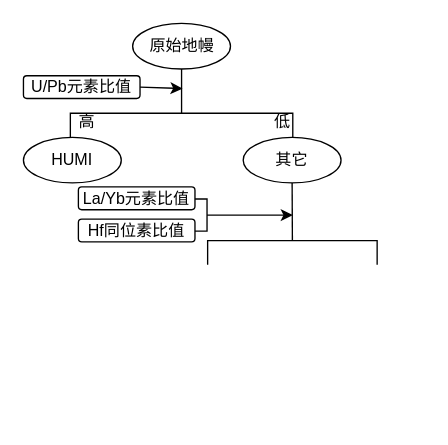
Above: OIB_IO.drawio in WeiSen0011/digit_recognition (draw.io), before the change. Source tidied: cells renumbered, new cells numbered last; positions are measured from the earlier drawing's top-left corner, leaving out a move shared by most shapes. Both pictures are drawn from the tidied source at 134%, with x=0, y=0 at pixel (23, 13).
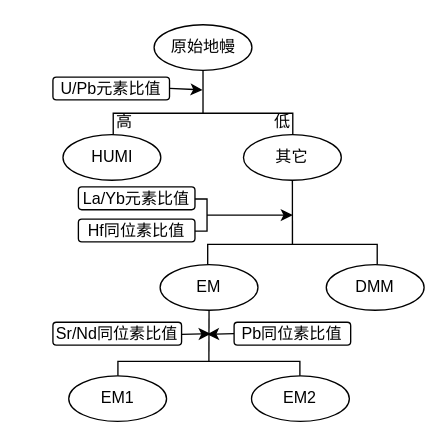
The same page after the edit.

Change to the diagram source:
```diff
@@
     <mxCell id="2" value="U/Pb元素比值" style="rounded=1;whiteSpace=wrap;html=1;" parent="1" vertex="1">
-      <mxGeometry y="46" width="87" height="17" as="geometry" />
+      <mxGeometry x="22" y="47" width="87" height="17" as="geometry" />
     </mxCell>
     <mxCell id="3" value="原始地幔" style="ellipse;whiteSpace=wrap;html=1;" parent="1" vertex="1">
-      <mxGeometry x="81.5" y="7" width="73" height="34" as="geometry" />
+      <mxGeometry x="97.5" y="8" width="73" height="34" as="geometry" />
     </mxCell>
     <mxCell id="4" style="endArrow=classic;html=1;rounded=0;exitX=1;exitY=0.5;exitDx=0;exitDy=0;entryX=0.157;entryY=0.508;entryDx=0;entryDy=0;entryPerimeter=0;" parent="1" edge="1" source="2">
       <mxGeometry relative="1" as="geometry">
-        <mxPoint x="118.7" y="55.6" as="targetPoint" />
+        <mxPoint x="133.7" y="56.6" as="targetPoint" />
       </mxGeometry>
     </mxCell>
     <mxCell id="5" value="HUMI" style="ellipse;whiteSpace=wrap;html=1;" parent="1" vertex="1">
-      <mxGeometry y="92" width="73" height="34" as="geometry" />
+      <mxGeometry x="29.5" y="90" width="73" height="34" as="geometry" />
     </mxCell>
     <mxCell id="6" value="其它" style="ellipse;whiteSpace=wrap;html=1;" parent="1" vertex="1">
-      <mxGeometry x="164" y="92" width="73" height="34" as="geometry" />
+      <mxGeometry x="164.2" y="90" width="73" height="34" as="geometry" />
     </mxCell>
@@
     <mxCell id="9" value="高" style="text;html=1;align=center;verticalAlign=middle;strokeColor=none;fillColor=none;" parent="1" vertex="1">
-      <mxGeometry x="32" y="68" width="30" height="26" as="geometry" />
+      <mxGeometry x="60" y="68" width="30" height="26" as="geometry" />
     </mxCell>
@@
     <mxCell id="11" value="&#10;&lt;span style=&quot;color: rgba(0, 0, 0, 0); font-family: monospace; font-size: 0px; font-style: normal; font-variant-ligatures: normal; font-variant-caps: normal; font-weight: 400; letter-spacing: normal; orphans: 2; text-align: start; text-indent: 0px; text-transform: none; widows: 2; word-spacing: 0px; -webkit-text-stroke-width: 0px; white-space: nowrap; background-color: rgb(251, 251, 251); text-decoration-thickness: initial; text-decoration-style: initial; text-decoration-color: initial; display: inline !important; float: none;&quot;&gt;&amp;nbsp;&lt;/span&gt;&#10;&#10;" style="strokeWidth=1;html=1;shape=mxgraph.flowchart.annotation_1;align=left;rotation=90;" parent="1" vertex="1">
-      <mxGeometry x="191.7" y="114.8" width="18" height="126.5" as="geometry" />
+      <mxGeometry x="193.2" y="116.2" width="15.1" height="126.5" as="geometry" />
     </mxCell>
     <mxCell id="12" style="strokeWidth=1;html=1;shape=mxgraph.flowchart.annotation_1;align=left;rotation=90;" parent="1" vertex="1">
-      <mxGeometry x="109" width="18" height="166" as="geometry" />
+      <mxGeometry x="126" y="15" width="16" height="134" as="geometry" />
     </mxCell>
@@
+    <mxCell id="17" value="EM" style="ellipse;whiteSpace=wrap;html=1;" parent="1" vertex="1">
+      <mxGeometry x="102" y="187" width="73" height="34" as="geometry" />
+    </mxCell>
+    <mxCell id="18" value="DMM" style="ellipse;whiteSpace=wrap;html=1;" parent="1" vertex="1">
+      <mxGeometry x="226" y="187" width="73" height="34" as="geometry" />
+    </mxCell>
+    <mxCell id="19" value="&#10;&lt;span style=&quot;color: rgba(0, 0, 0, 0); font-family: monospace; font-size: 0px; font-style: normal; font-variant-ligatures: normal; font-variant-caps: normal; font-weight: 400; letter-spacing: normal; orphans: 2; text-align: start; text-indent: 0px; text-transform: none; widows: 2; word-spacing: 0px; -webkit-text-stroke-width: 0px; white-space: nowrap; background-color: rgb(251, 251, 251); text-decoration-thickness: initial; text-decoration-style: initial; text-decoration-color: initial; display: inline !important; float: none;&quot;&gt;&amp;nbsp;&lt;/span&gt;&#10;&#10;" style="strokeWidth=1;html=1;shape=mxgraph.flowchart.annotation_1;align=left;rotation=90;" parent="1" vertex="1">
+      <mxGeometry x="132.7" y="197" width="11.4" height="135.8" as="geometry" />
+    </mxCell>
+    <mxCell id="20" style="endArrow=none;html=1;rounded=0;entryX=0.5;entryY=1;entryDx=0;entryDy=0;exitX=0;exitY=0.5;exitDx=0;exitDy=0;exitPerimeter=0;" parent="1" edge="1" source="19" target="17">
+      <mxGeometry relative="1" as="geometry" />
+    </mxCell>
+    <mxCell id="21" value="Sr/Nd同位素比值" style="rounded=1;whiteSpace=wrap;html=1;" parent="1" vertex="1">
+      <mxGeometry x="22" y="230" width="96" height="17" as="geometry" />
+    </mxCell>
+    <mxCell id="22" value="&#10;&lt;span style=&quot;color: rgba(0, 0, 0, 0); font-family: monospace; font-size: 0px; font-style: normal; font-variant-ligatures: normal; font-variant-caps: normal; font-weight: 400; letter-spacing: normal; orphans: 2; text-align: start; text-indent: 0px; text-transform: none; widows: 2; word-spacing: 0px; -webkit-text-stroke-width: 0px; white-space: nowrap; background-color: rgb(251, 251, 251); text-decoration-thickness: initial; text-decoration-style: initial; text-decoration-color: initial; display: inline !important; float: none;&quot;&gt;&amp;nbsp;&lt;/span&gt;&#10;&#10;" style="endArrow=classic;html=1;rounded=0;entryX=0.157;entryY=0.508;entryDx=0;entryDy=0;entryPerimeter=0;" parent="1" edge="1">
+      <mxGeometry relative="1" as="geometry">
+        <mxPoint x="118" y="239" as="sourcePoint" />
+        <mxPoint x="139.7" y="238.6" as="targetPoint" />
+      </mxGeometry>
+    </mxCell>
+    <mxCell id="23" value="&#10;&lt;span style=&quot;color: rgba(0, 0, 0, 0); font-family: monospace; font-size: 0px; font-style: normal; font-variant-ligatures: normal; font-variant-caps: normal; font-weight: 400; letter-spacing: normal; orphans: 2; text-align: start; text-indent: 0px; text-transform: none; widows: 2; word-spacing: 0px; -webkit-text-stroke-width: 0px; white-space: nowrap; background-color: rgb(251, 251, 251); text-decoration-thickness: initial; text-decoration-style: initial; text-decoration-color: initial; display: inline !important; float: none;&quot;&gt;&amp;nbsp;&lt;/span&gt;&#10;&#10;" style="endArrow=classic;html=1;rounded=0;exitX=0;exitY=0.5;exitDx=0;exitDy=0;" parent="1" edge="1" source="24">
+      <mxGeometry relative="1" as="geometry">
+        <mxPoint x="137" y="239" as="targetPoint" />
+      </mxGeometry>
+    </mxCell>
+    <mxCell id="24" value="Pb同位素比值" style="rounded=1;whiteSpace=wrap;html=1;" parent="1" vertex="1">
+      <mxGeometry x="157.2" y="230" width="87" height="17" as="geometry" />
+    </mxCell>
+    <mxCell id="25" value="EM1" style="ellipse;whiteSpace=wrap;html=1;" parent="1" vertex="1">
+      <mxGeometry x="33.8" y="270" width="73" height="34" as="geometry" />
+    </mxCell>
+    <mxCell id="26" value="EM2" style="ellipse;whiteSpace=wrap;html=1;" parent="1" vertex="1">
+      <mxGeometry x="170.2" y="270" width="73" height="34" as="geometry" />
+    </mxCell>
```
